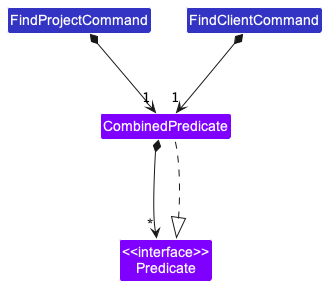
Above: docs/images/CombinedPredicateClassDiagram.png in nus-cs2103-AY2223S2/tp (PlantUML), before the change.
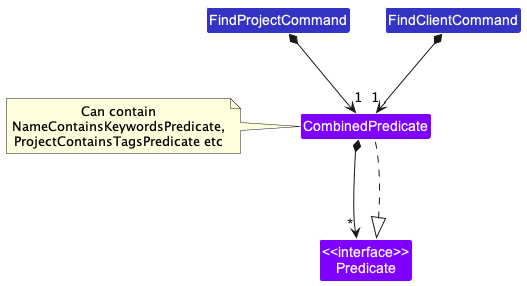
After the commit.

Commit message:
Update CombinedPredicate class diagram

The edit, as a diff of the source:
```diff
@@ -11,4 +11,5 @@
 FindProjectCommand -[hidden]right-> FindClientCommand
 CombinedPredicate *-down-> "*" Predicate
 Predicate <|.. CombinedPredicate
+note left of CombinedPredicate : Can contain\nNameContainsKeywordsPredicate,\nProjectContainsTagsPredicate etc
 @enduml
```
